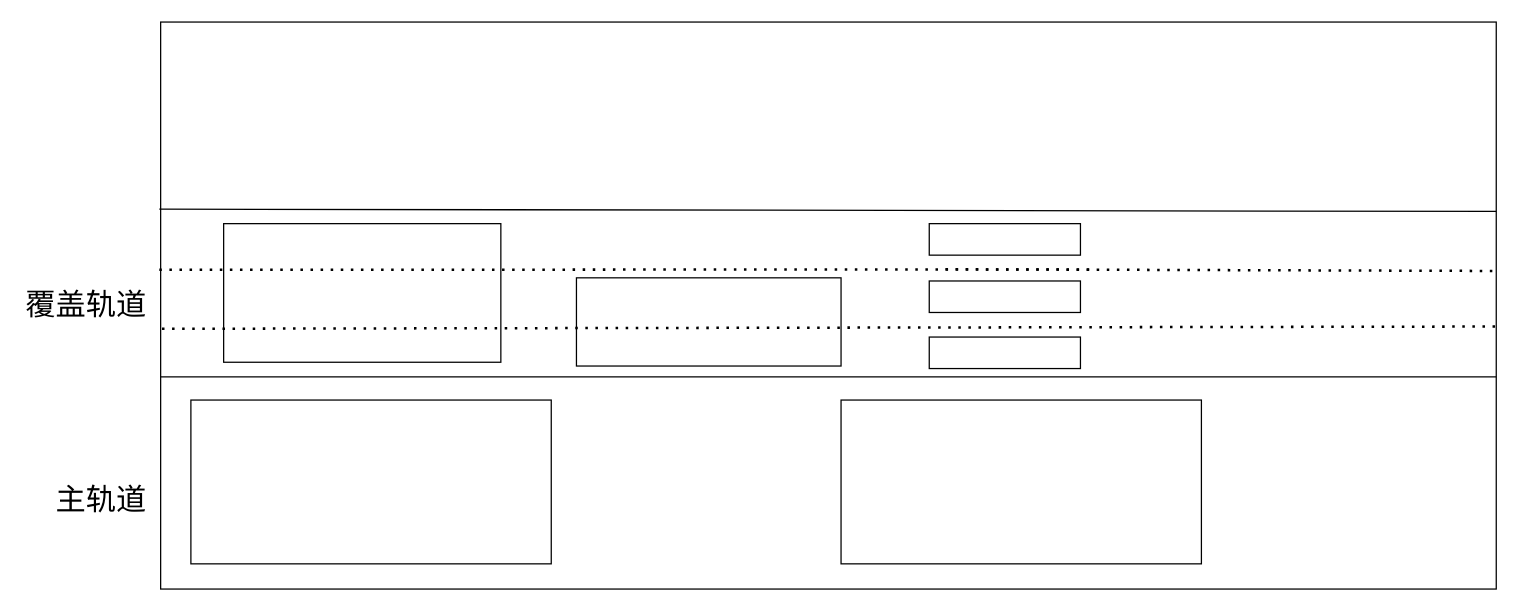
This is track draft.drawio from macfanr/drawio, a draw.io file, before an edit. Source tidied: cells renumbered, new cells numbered last; positions are measured from the earlier drawing's top-left corner, leaving out a move shared by most shapes. Both pictures are drawn from the tidied source at 126%, with x=0, y=0 at pixel (21, 21).
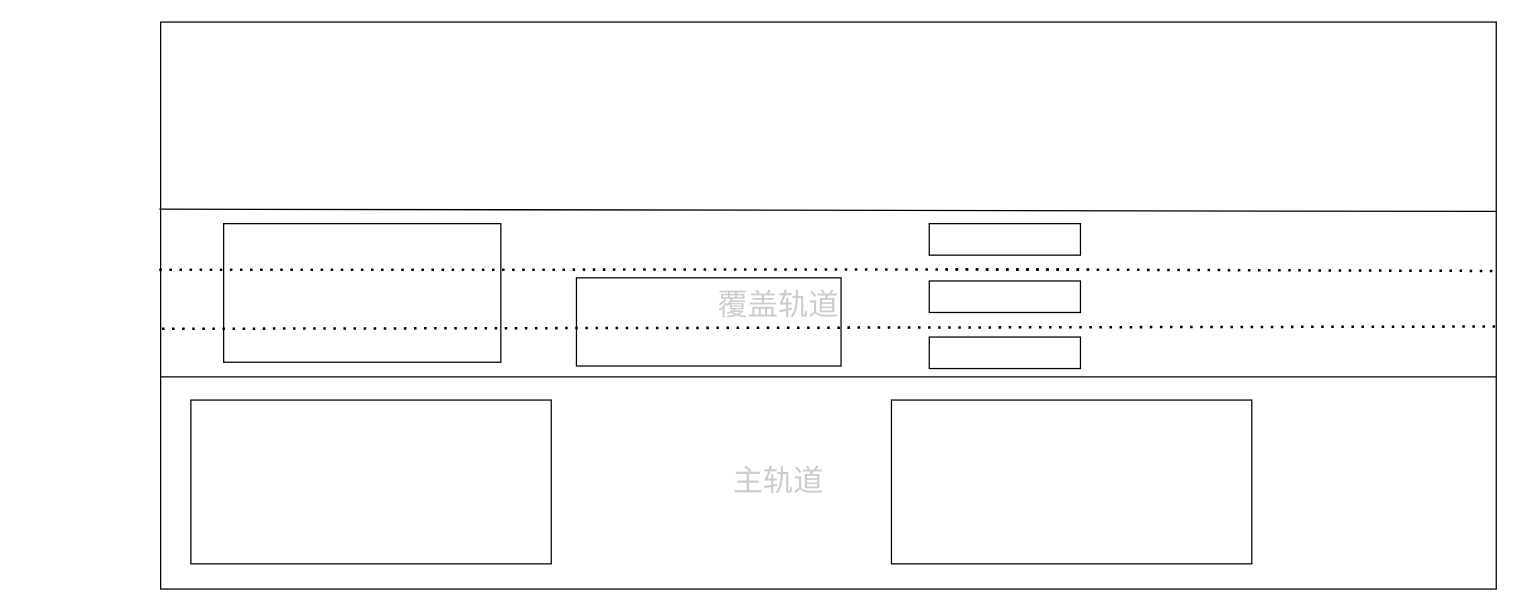
The same diagram, later.

What changed in the source:
```diff
@@
 <mxGraphModel>
   <root>
     <mxCell id="0" />
     <mxCell id="1" parent="0" />
     <mxCell id="2" style="rounded=0;whiteSpace=wrap;html=1;" parent="1" vertex="1">
       <mxGeometry x="110" width="1060" height="450" as="geometry" />
     </mxCell>
     <mxCell id="3" style="endArrow=none;html=1;rounded=0;exitX=0;exitY=0.626;exitDx=0;exitDy=0;exitPerimeter=0;entryX=1;entryY=0.626;entryDx=0;entryDy=0;entryPerimeter=0;" parent="1" edge="1" source="2" target="2">
       <mxGeometry relative="1" as="geometry" />
     </mxCell>
     <mxCell id="4" style="endArrow=none;html=1;rounded=0;exitX=-0.001;exitY=0.33;exitDx=0;exitDy=0;exitPerimeter=0;entryX=1;entryY=0.334;entryDx=0;entryDy=0;entryPerimeter=0;" parent="1" edge="1" source="2" target="2">
       <mxGeometry relative="1" as="geometry" />
     </mxCell>
     <mxCell id="5" style="endArrow=none;dashed=1;html=1;dashPattern=1 3;strokeWidth=2;rounded=0;exitX=-0.001;exitY=0.437;exitDx=0;exitDy=0;exitPerimeter=0;entryX=1;entryY=0.439;entryDx=0;entryDy=0;entryPerimeter=0;startArrow=none;" parent="1" edge="1" target="2">
       <mxGeometry relative="1" as="geometry">
         <mxPoint x="732.9" y="196.2" as="sourcePoint" />
       </mxGeometry>
     </mxCell>
     <mxCell id="6" style="rounded=0;whiteSpace=wrap;html=1;" parent="1" vertex="1">
       <mxGeometry x="134" y="300" width="286" height="130" as="geometry" />
     </mxCell>
     <mxCell id="7" style="rounded=0;whiteSpace=wrap;html=1;" parent="1" vertex="1">
-      <mxGeometry x="650" y="300" width="286" height="130" as="geometry" />
+      <mxGeometry x="690" y="300" width="286" height="130" as="geometry" />
     </mxCell>
     <mxCell id="8" style="rounded=0;whiteSpace=wrap;html=1;" parent="1" vertex="1">
       <mxGeometry x="160" y="160" width="220" height="110" as="geometry" />
     </mxCell>
     <mxCell id="9" style="rounded=0;whiteSpace=wrap;html=1;" parent="1" vertex="1">
       <mxGeometry x="440" y="203" width="210" height="70" as="geometry" />
     </mxCell>
     <mxCell id="10" style="endArrow=none;dashed=1;html=1;dashPattern=1 3;strokeWidth=2;rounded=0;exitX=-0.001;exitY=0.437;exitDx=0;exitDy=0;exitPerimeter=0;entryX=1;entryY=0.439;entryDx=0;entryDy=0;entryPerimeter=0;" parent="1" edge="1" source="2">
       <mxGeometry relative="1" as="geometry">
         <mxPoint x="853" y="196.3" as="targetPoint" />
       </mxGeometry>
     </mxCell>
     <mxCell id="11" style="rounded=0;whiteSpace=wrap;html=1;" parent="1" vertex="1">
       <mxGeometry x="720" y="160" width="120" height="25" as="geometry" />
     </mxCell>
     <mxCell id="12" style="rounded=0;whiteSpace=wrap;html=1;" parent="1" vertex="1">
       <mxGeometry x="720" y="205.5" width="120" height="25" as="geometry" />
     </mxCell>
     <mxCell id="13" style="rounded=0;whiteSpace=wrap;html=1;" parent="1" vertex="1">
       <mxGeometry x="720" y="250" width="120" height="25" as="geometry" />
     </mxCell>
-    <mxCell id="14" value="覆盖轨道" style="text;strokeColor=none;fillColor=none;html=1;fontSize=24;fontStyle=0;verticalAlign=middle;align=right;" parent="1" vertex="1">
-      <mxGeometry y="205" width="100" height="40" as="geometry" />
+    <mxCell id="14" value="覆盖轨道" style="text;strokeColor=none;fillColor=none;html=1;fontSize=24;fontStyle=0;verticalAlign=middle;align=center;fontColor=#CCCCCC;" parent="1" vertex="1">
+      <mxGeometry x="550" y="205" width="100" height="40" as="geometry" />
     </mxCell>
-    <mxCell id="15" value="主轨道" style="text;strokeColor=none;fillColor=none;html=1;fontSize=24;fontStyle=0;verticalAlign=middle;align=right;" parent="1" vertex="1">
-      <mxGeometry y="360" width="100" height="40" as="geometry" />
+    <mxCell id="15" value="主轨道" style="text;strokeColor=none;fillColor=none;html=1;fontSize=24;fontStyle=0;verticalAlign=middle;align=center;fontColor=#CCCCCC;" parent="1" vertex="1">
+      <mxGeometry x="550" y="345" width="100" height="40" as="geometry" />
     </mxCell>
     <mxCell id="16" style="endArrow=none;dashed=1;html=1;dashPattern=1 3;strokeWidth=2;rounded=0;exitX=0.001;exitY=0.541;exitDx=0;exitDy=0;exitPerimeter=0;entryX=1;entryY=0.537;entryDx=0;entryDy=0;entryPerimeter=0;" parent="1" edge="1" source="2" target="2">
       <mxGeometry relative="1" as="geometry" />
     </mxCell>
   </root>
 </mxGraphModel>
```
